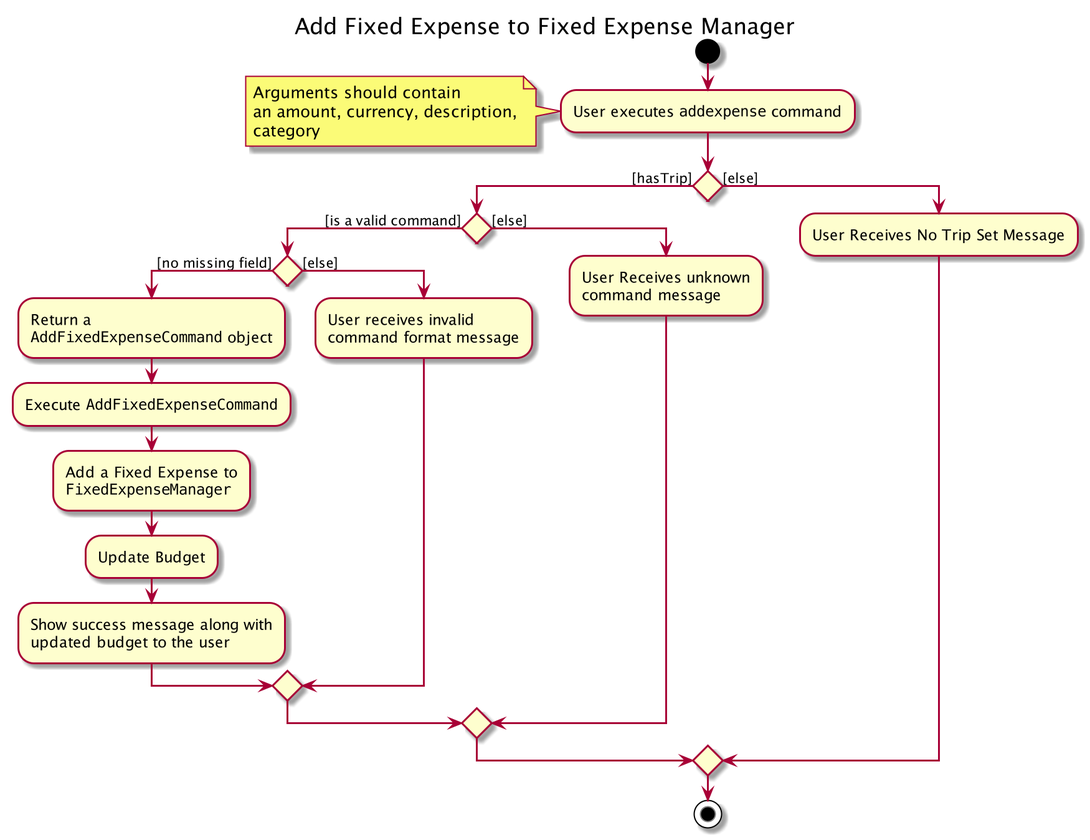
Earlier version of the PlantUML export docs/images/developer-guide/fixed-expense/AddFixedExpenseActivityDiagram.png (zenatrick/main).
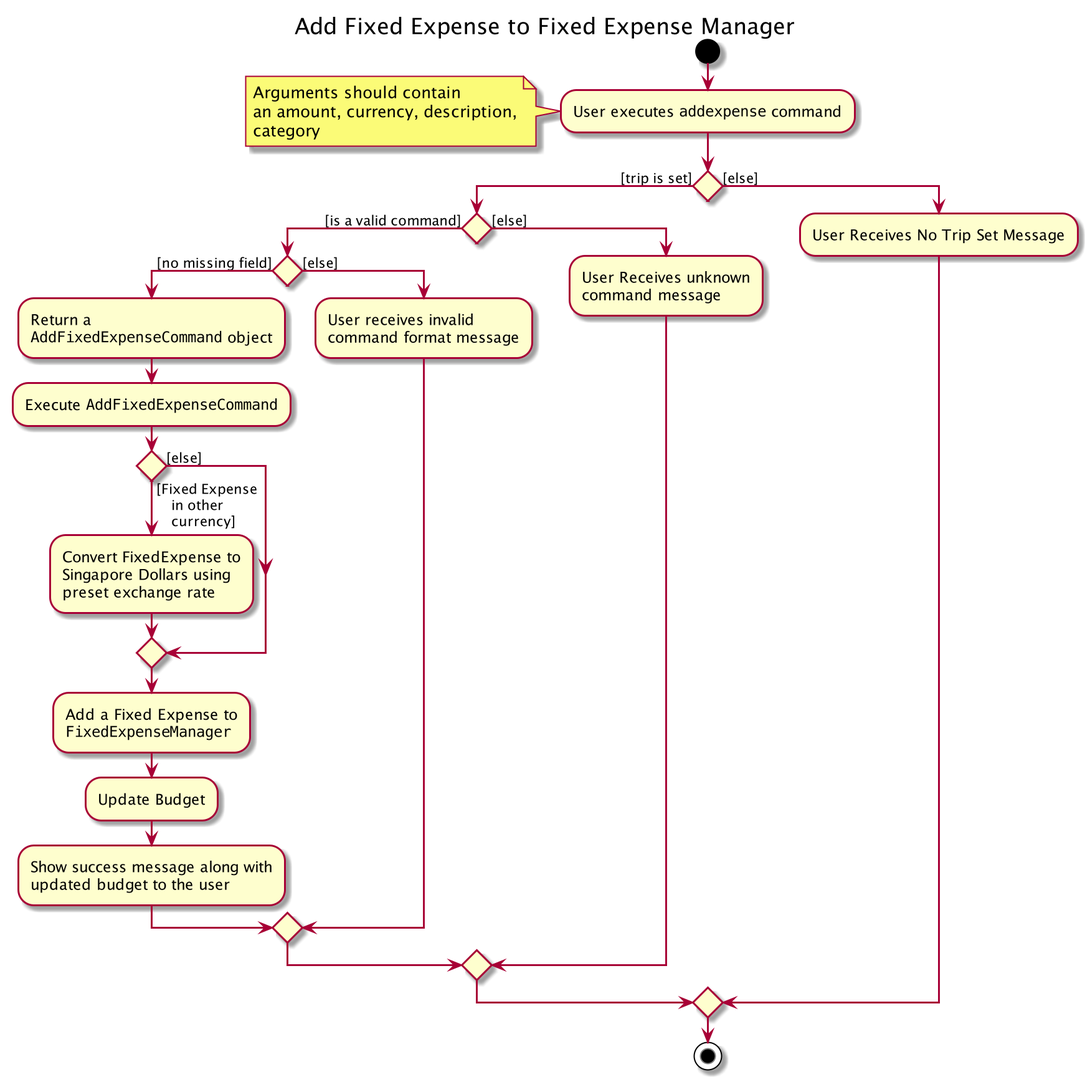
The same file after the commit.

The edit, as a diff of the source:
```diff
@@ -10,7 +10,7 @@
   category
 end note
 
-if () then ([hasTrip])
+if () then ([trip is set])
 
 if () then ([is a valid command])
 
@@ -20,6 +20,21 @@
             ""AddFixedExpenseCommand"" object;
 
             :Execute ""AddFixedExpenseCommand"";
+
+    if() then ([Fixed Expense
+    in other
+    currency]
+    )
+
+            :Convert FixedExpense to
+            Singapore Dollars using
+            preset exchange rate;
+
+
+    else ([else])
+
+    endif
+
 
             :Add a Fixed Expense to
             ""FixedExpenseManager"";
```
